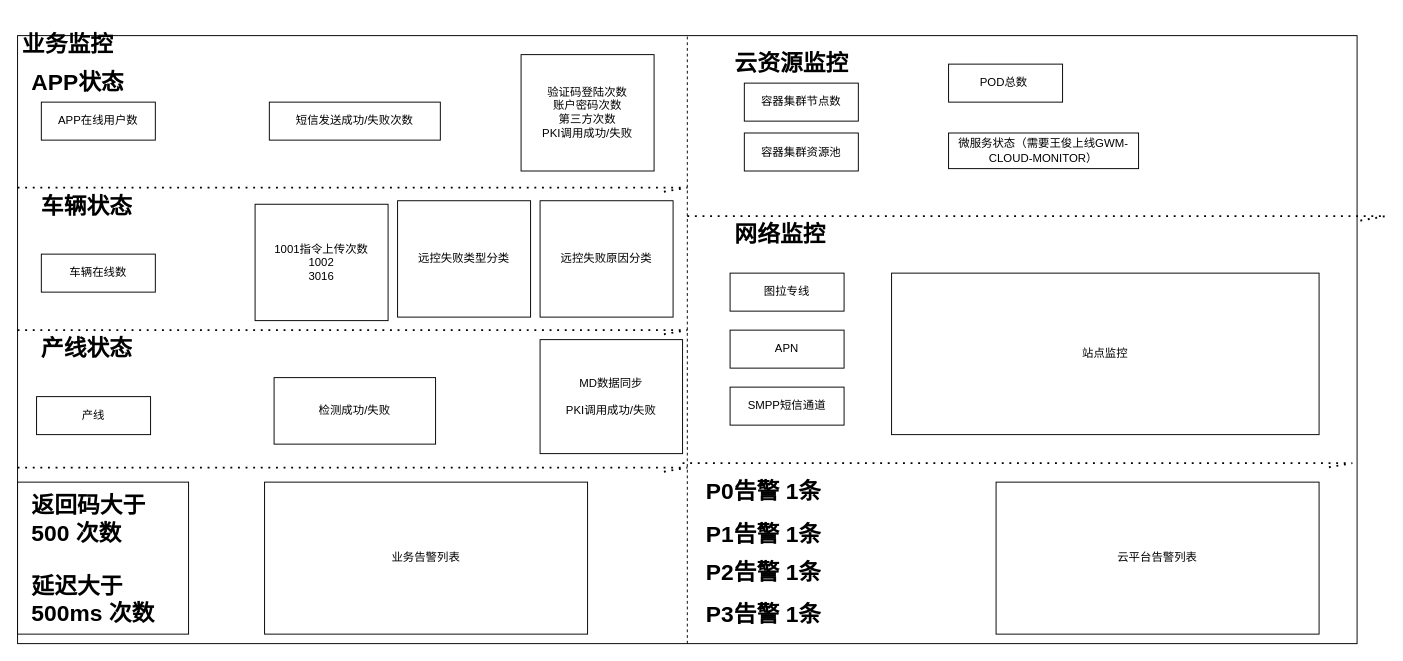
Earlier version of the draw.io diagram dlv.drawio (463024907/zabbix-report). Source tidied: cells renumbered, new cells numbered last; positions are measured from the earlier drawing's top-left corner, leaving out a move shared by most shapes. Both pictures are drawn from the tidied source at 95%, with x=0, y=0 at pixel (17, 26).
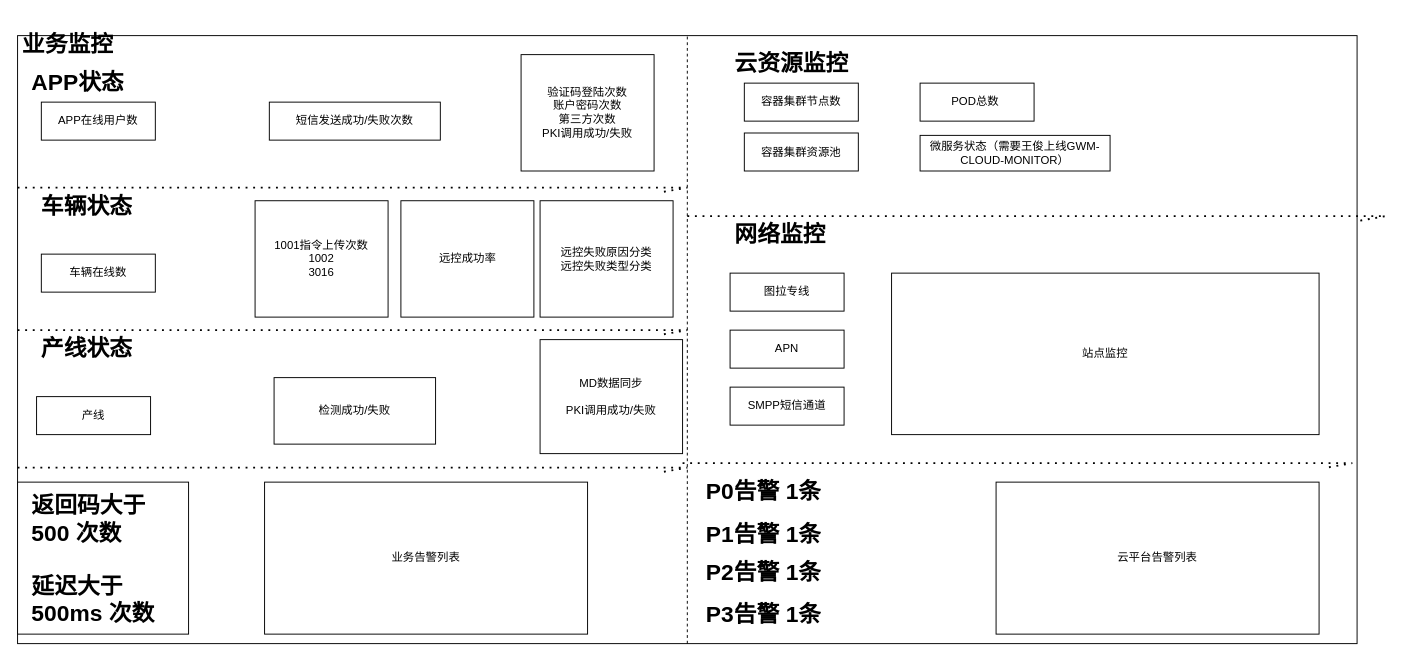
The same diagram, later.

Change to the diagram source:
```diff
@@
     <mxCell id="6" value="POD总数&lt;span style=&quot;white-space: pre&quot;&gt; &lt;/span&gt;" style="rounded=0;whiteSpace=wrap;html=1;" parent="1" vertex="1">
-      <mxGeometry x="980" y="40" width="120" height="40" as="geometry" />
+      <mxGeometry x="950" y="60" width="120" height="40" as="geometry" />
     </mxCell>
@@
     <mxCell id="31" value="1001指令上传次数&lt;br&gt;1002&lt;br&gt;3016" style="rounded=0;whiteSpace=wrap;html=1;" parent="1" vertex="1">
-      <mxGeometry x="250" y="187.5" width="140" height="122.5" as="geometry" />
+      <mxGeometry x="250" y="183.8" width="140" height="122.5" as="geometry" />
     </mxCell>
@@
-    <mxCell id="33" value="远控失败类型分类" style="rounded=0;whiteSpace=wrap;html=1;" parent="1" vertex="1">
-      <mxGeometry x="400" y="183.8" width="140" height="122.5" as="geometry" />
+    <mxCell id="33" value="远控成功率" style="rounded=0;whiteSpace=wrap;html=1;" parent="1" vertex="1">
+      <mxGeometry x="403.5" y="183.8" width="140" height="122.5" as="geometry" />
     </mxCell>
-    <mxCell id="34" value="远控失败原因分类" style="rounded=0;whiteSpace=wrap;html=1;" parent="1" vertex="1">
+    <mxCell id="34" value="远控失败原因分类&lt;br&gt;远控失败类型分类" style="rounded=0;whiteSpace=wrap;html=1;" parent="1" vertex="1">
       <mxGeometry x="550" y="183.8" width="140" height="122.5" as="geometry" />
     </mxCell>
@@
     <mxCell id="36" value="微服务状态（需要王俊上线GWM-CLOUD-MONITOR）" style="rounded=0;whiteSpace=wrap;html=1;" parent="1" vertex="1">
-      <mxGeometry x="980" y="112.5" width="200" height="37.5" as="geometry" />
+      <mxGeometry x="950" y="115" width="200" height="37.5" as="geometry" />
     </mxCell>
```
